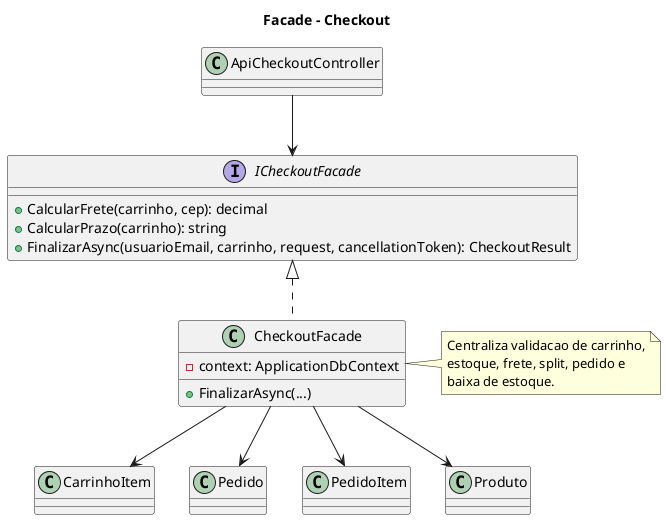
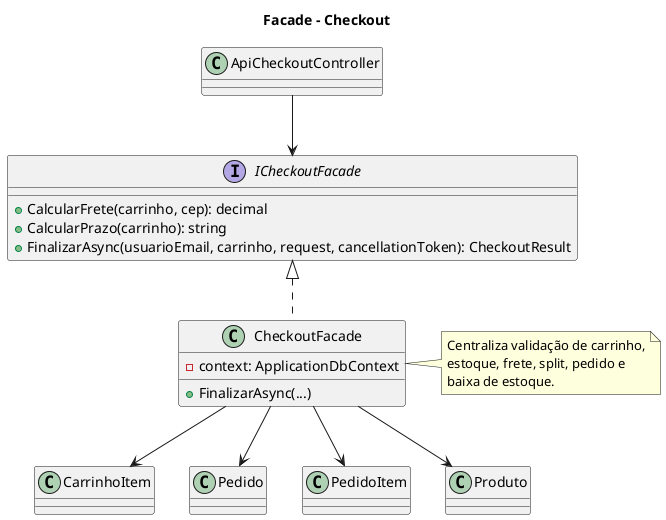
@startuml Facade_Checkout
title Facade - Checkout

interface ICheckoutFacade {
  +CalcularFrete(carrinho, cep): decimal
  +CalcularPrazo(carrinho): string
  +FinalizarAsync(usuarioEmail, carrinho, request, cancellationToken): CheckoutResult
}

class CheckoutFacade {
  -context: ApplicationDbContext
  +FinalizarAsync(...)
}

class ApiCheckoutController
class CarrinhoItem
class Pedido
class PedidoItem
class Produto

ICheckoutFacade <|.. CheckoutFacade
ApiCheckoutController --> ICheckoutFacade
CheckoutFacade --> CarrinhoItem
CheckoutFacade --> Produto
CheckoutFacade --> Pedido
CheckoutFacade --> PedidoItem

note right of CheckoutFacade
- Centraliza validacao de carrinho,
+ Centraliza validação de carrinho,
estoque, frete, split, pedido e
baixa de estoque.
end note

@enduml
- 
